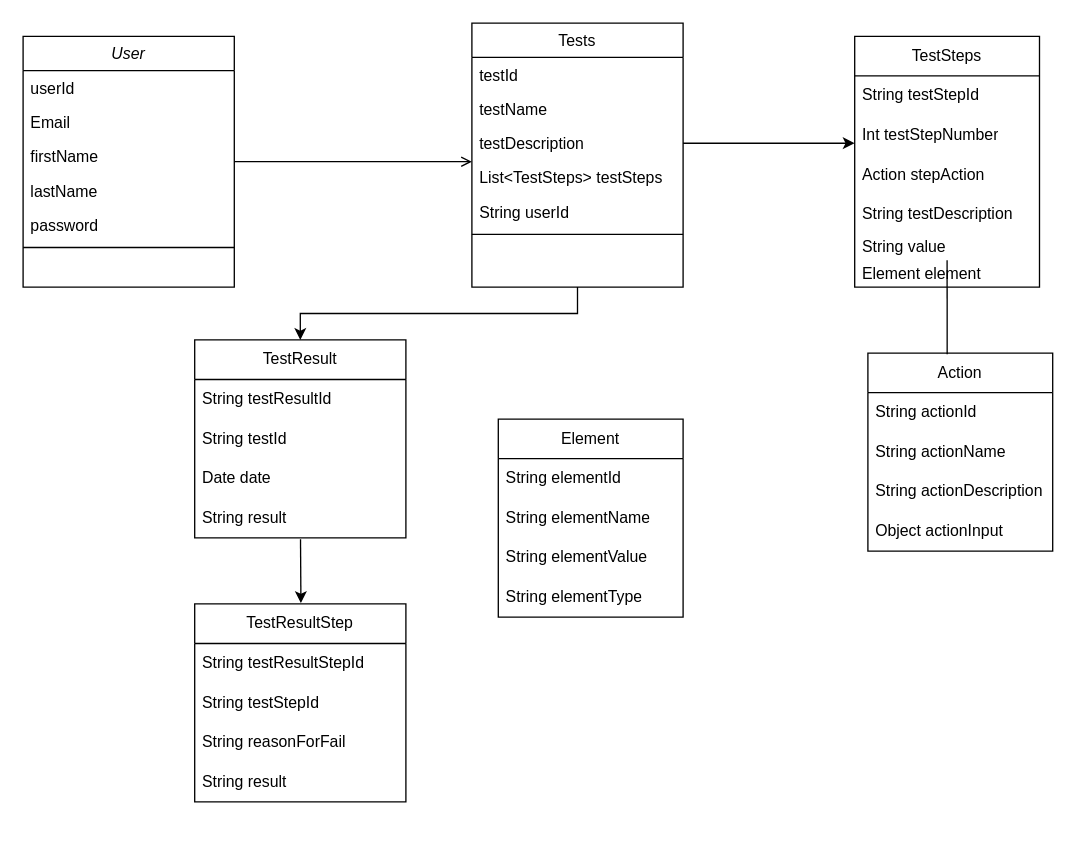
Above: diagrams/class_diagram.drawio in joshcampbell7/automated_regression_project (draw.io), before the change. Source tidied: cells renumbered, new cells numbered last; positions are measured from the earlier drawing's top-left corner, leaving out a move shared by most shapes. Both pictures are drawn from the tidied source at 132%, with x=0, y=0 at pixel (22, 22).
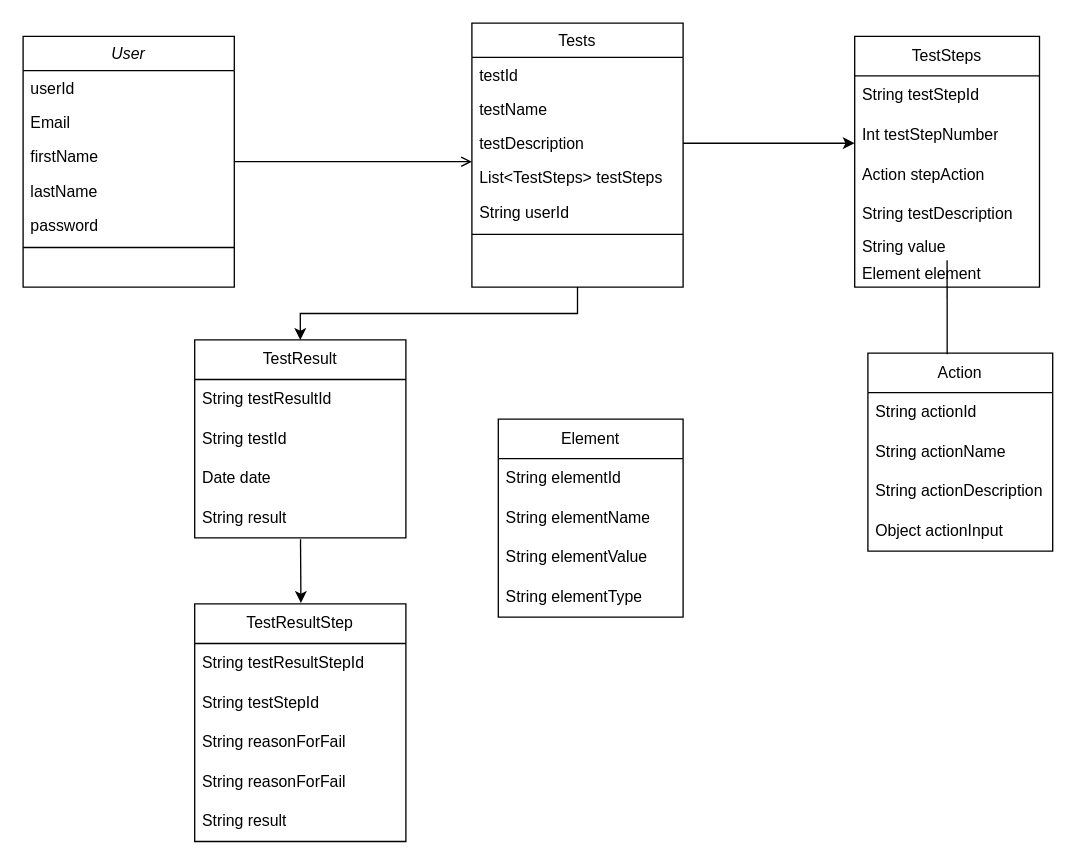
Above is the later version.

Diff of the diagram source:
```diff
@@
     <mxCell id="36" value="TestResultStep" style="swimlane;fontStyle=0;horizontal=1;startSize=30;whiteSpace=wrap;html=1;" parent="1" vertex="1">
-      <mxGeometry x="130" y="440" width="160" height="150" as="geometry" />
+      <mxGeometry x="130" y="440" width="160" height="180" as="geometry" />
     </mxCell>
@@
+    <mxCell id="48" value="String reasonForFail" style="text;strokeColor=none;fillColor=none;align=left;verticalAlign=middle;spacingLeft=4;spacingRight=4;overflow=hidden;whiteSpace=wrap;html=1;" parent="36" vertex="1">
+      <mxGeometry y="120" width="160" height="30" as="geometry" />
+    </mxCell>
     <mxCell id="40" value="String result" style="text;strokeColor=none;fillColor=none;align=left;verticalAlign=middle;spacingLeft=4;spacingRight=4;overflow=hidden;whiteSpace=wrap;html=1;" parent="36" vertex="1">
-      <mxGeometry y="120" width="160" height="30" as="geometry" />
+      <mxGeometry y="150" width="160" height="30" as="geometry" />
     </mxCell>
```
